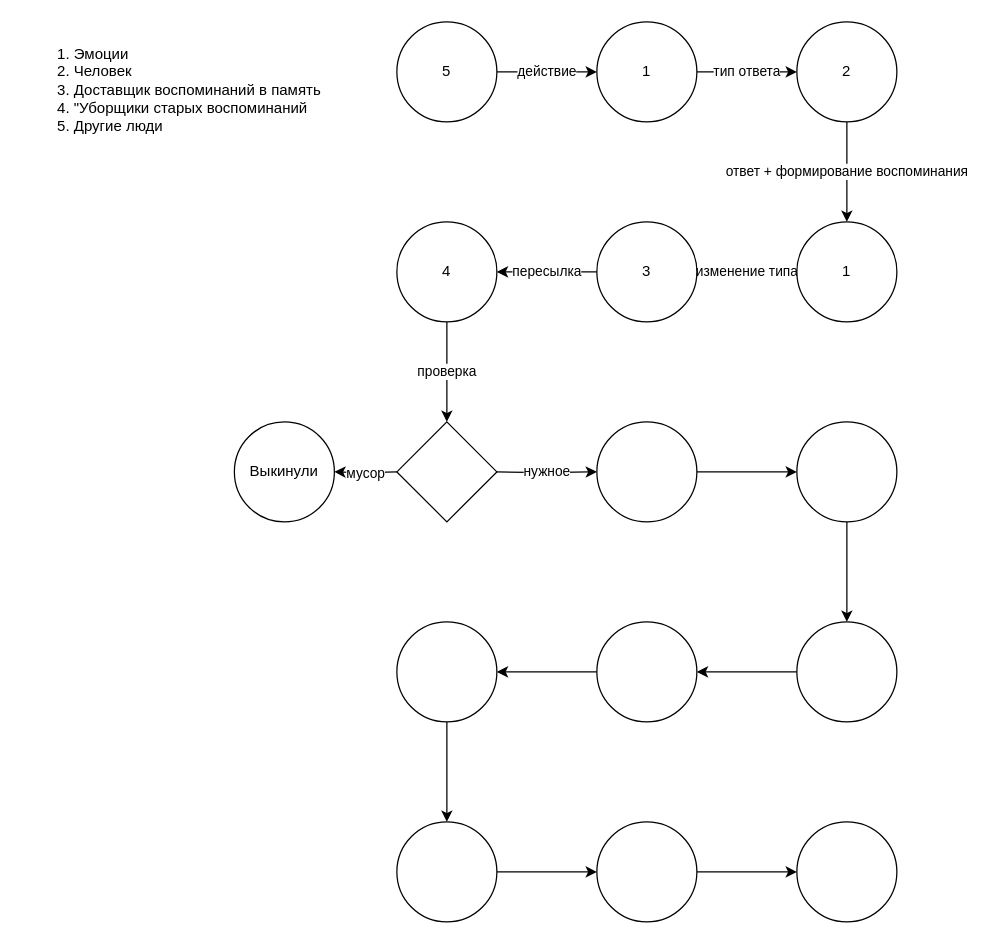
This is Процесс.drawio from fatalistt/itmo-mpi, a draw.io file, before an edit. Source tidied: cells renumbered, new cells numbered last; positions are measured from the earlier drawing's top-left corner, leaving out a move shared by most shapes. Both pictures are drawn from the tidied source at 125%, with x=0, y=0 at pixel (21, 21).
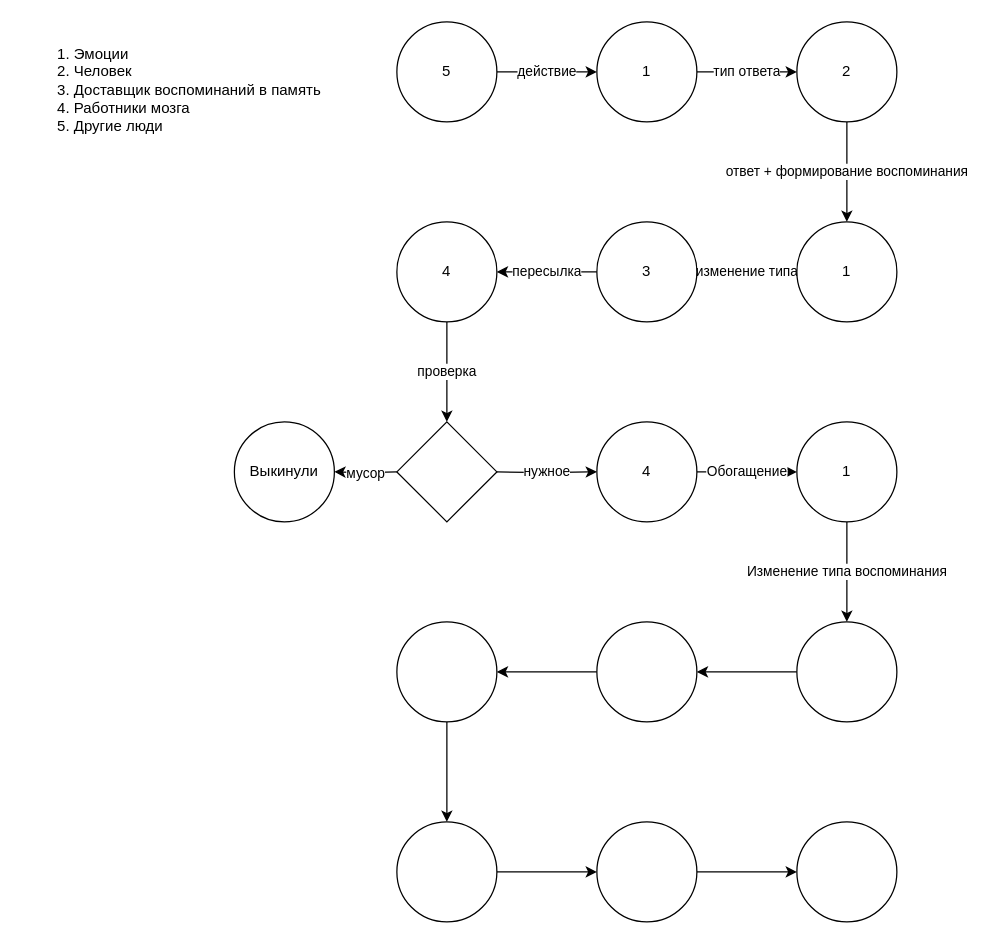
After the change.

Unchanged cells that the change refers to:
```xml
<mxCell id="20" style="ellipse;whiteSpace=wrap;html=1;" parent="1" vertex="1">
  <mxGeometry x="620" y="480" width="80" height="80" as="geometry" />
</mxCell>
```

What changed in the source:
```diff
@@
-    <mxCell id="2" value="&lt;ol&gt;&lt;li&gt;Эмоции&lt;/li&gt;&lt;li&gt;Человек&lt;/li&gt;&lt;li&gt;Доставщик воспоминаний в память&lt;/li&gt;&lt;li&gt;&quot;Уборщики старых воспоминаний&lt;/li&gt;&lt;li&gt;Другие люди&lt;/li&gt;&lt;/ol&gt;" style="text;html=1;strokeColor=none;fillColor=none;align=left;verticalAlign=top;whiteSpace=wrap;rounded=0;" parent="1" vertex="1">
+    <mxCell id="2" value="&lt;ol&gt;&lt;li&gt;Эмоции&lt;/li&gt;&lt;li&gt;Человек&lt;/li&gt;&lt;li&gt;Доставщик воспоминаний в память&lt;/li&gt;&lt;li&gt;Работники мозга&lt;/li&gt;&lt;li&gt;Другие люди&lt;/li&gt;&lt;/ol&gt;" style="text;html=1;strokeColor=none;fillColor=none;align=left;verticalAlign=top;whiteSpace=wrap;rounded=0;" parent="1" vertex="1">
       <mxGeometry width="260" height="110" as="geometry" />
     </mxCell>
@@
-    <mxCell id="15" style="edgeStyle=orthogonalEdgeStyle;rounded=0;jettySize=auto;html=1;" parent="1" edge="1" source="16" target="18">
+    <mxCell id="15" value="Обогащение" style="edgeStyle=orthogonalEdgeStyle;rounded=0;jettySize=auto;html=1;" parent="1" edge="1" source="16" target="18">
       <mxGeometry relative="1" as="geometry" />
     </mxCell>
-    <mxCell id="16" style="ellipse;whiteSpace=wrap;html=1;" parent="1" vertex="1">
+    <mxCell id="16" value="4" style="ellipse;whiteSpace=wrap;html=1;" parent="1" vertex="1">
       <mxGeometry x="460" y="320" width="80" height="80" as="geometry" />
     </mxCell>
-    <mxCell id="17" style="edgeStyle=orthogonalEdgeStyle;rounded=0;jettySize=auto;html=1;" parent="1" edge="1" source="18" target="20">
+    <mxCell id="17" value="Изменение типа воспоминания" style="edgeStyle=orthogonalEdgeStyle;rounded=0;jettySize=auto;html=1;" parent="1" edge="1" source="18" target="20">
       <mxGeometry relative="1" as="geometry" />
     </mxCell>
-    <mxCell id="18" style="ellipse;whiteSpace=wrap;html=1;" parent="1" vertex="1">
+    <mxCell id="18" value="1" style="ellipse;whiteSpace=wrap;html=1;" parent="1" vertex="1">
       <mxGeometry x="620" y="320" width="80" height="80" as="geometry" />
     </mxCell>
```
